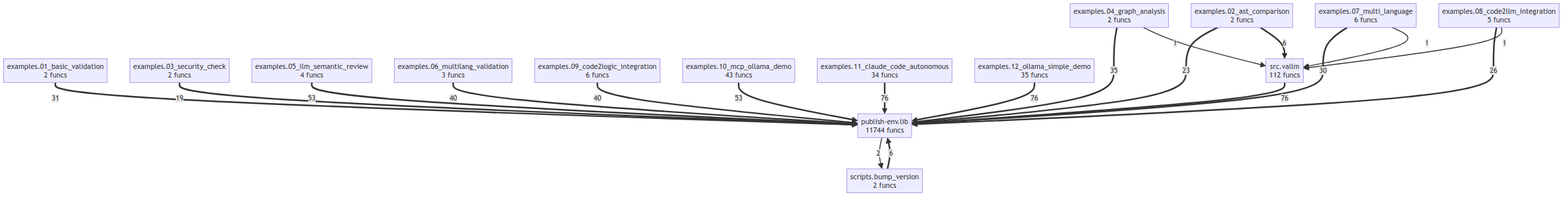
Earlier version of the Mermaid export project/compact_flow.png (semcod/vallm). Its source is kept beside it as project/compact_flow.mmd. Its diagram source:
```mermaid
flowchart TD
    examples_01_basic_validation["examples.01_basic_validation<br/>2 funcs"]
    examples_02_ast_comparison["examples.02_ast_comparison<br/>2 funcs"]
    examples_03_security_check["examples.03_security_check<br/>2 funcs"]
    examples_04_graph_analysis["examples.04_graph_analysis<br/>2 funcs"]
    examples_05_llm_semantic_review["examples.05_llm_semantic_review<br/>4 funcs"]
    examples_06_multilang_validation["examples.06_multilang_validation<br/>3 funcs"]
    examples_07_multi_language["examples.07_multi_language<br/>6 funcs"]
    examples_08_code2llm_integration["examples.08_code2llm_integration<br/>5 funcs"]
    examples_09_code2logic_integration["examples.09_code2logic_integration<br/>6 funcs"]
    examples_10_mcp_ollama_demo["examples.10_mcp_ollama_demo<br/>43 funcs"]
    examples_11_claude_code_autonomous["examples.11_claude_code_autonomous<br/>34 funcs"]
    examples_12_ollama_simple_demo["examples.12_ollama_simple_demo<br/>35 funcs"]
    publish_env_lib["publish-env.lib<br/>11744 funcs"]
    scripts_bump_version["scripts.bump_version<br/>2 funcs"]
    src_vallm["src.vallm<br/>112 funcs"]
    src_vallm ==>|76| publish_env_lib
    examples_12_ollama_simple_demo ==>|76| publish_env_lib
    examples_11_claude_code_autonomous ==>|76| publish_env_lib
    examples_05_llm_semantic_review ==>|53| publish_env_lib
    examples_10_mcp_ollama_demo ==>|53| publish_env_lib
    examples_09_code2logic_integration ==>|40| publish_env_lib
    examples_06_multilang_validation ==>|40| publish_env_lib
    examples_04_graph_analysis ==>|35| publish_env_lib
    examples_01_basic_validation ==>|31| publish_env_lib
    examples_07_multi_language ==>|30| publish_env_lib
    examples_08_code2llm_integration ==>|26| publish_env_lib
    examples_02_ast_comparison ==>|23| publish_env_lib
    examples_03_security_check ==>|19| publish_env_lib
    scripts_bump_version ==>|6| publish_env_lib
    examples_02_ast_comparison ==>|6| src_vallm
    publish_env_lib -->|2| scripts_bump_version
    examples_04_graph_analysis -->|1| src_vallm
    examples_07_multi_language -->|1| src_vallm
    examples_08_code2llm_integration -->|1| src_vallm
```
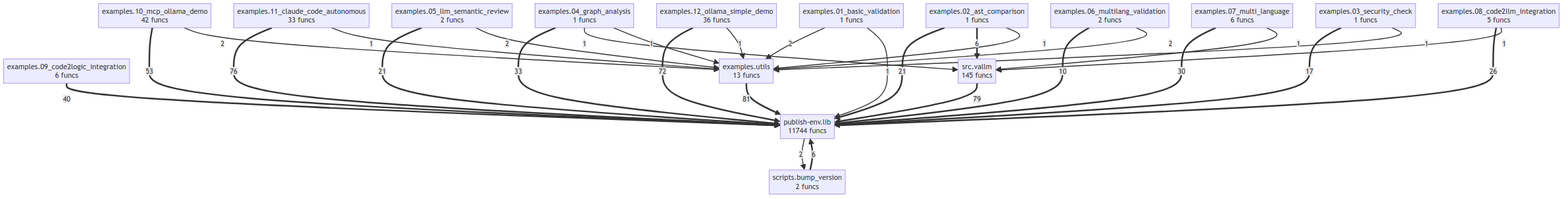
Later version of the same file.

Diff of the diagram source:
```diff
@@ -1,35 +1,46 @@
 flowchart TD
-    examples_01_basic_validation["examples.01_basic_validation<br/>2 funcs"]
-    examples_02_ast_comparison["examples.02_ast_comparison<br/>2 funcs"]
-    examples_03_security_check["examples.03_security_check<br/>2 funcs"]
-    examples_04_graph_analysis["examples.04_graph_analysis<br/>2 funcs"]
-    examples_05_llm_semantic_review["examples.05_llm_semantic_review<br/>4 funcs"]
-    examples_06_multilang_validation["examples.06_multilang_validation<br/>3 funcs"]
+    examples_01_basic_validation["examples.01_basic_validation<br/>1 funcs"]
+    examples_02_ast_comparison["examples.02_ast_comparison<br/>1 funcs"]
+    examples_03_security_check["examples.03_security_check<br/>1 funcs"]
+    examples_04_graph_analysis["examples.04_graph_analysis<br/>1 funcs"]
+    examples_05_llm_semantic_review["examples.05_llm_semantic_review<br/>2 funcs"]
+    examples_06_multilang_validation["examples.06_multilang_validation<br/>2 funcs"]
     examples_07_multi_language["examples.07_multi_language<br/>6 funcs"]
     examples_08_code2llm_integration["examples.08_code2llm_integration<br/>5 funcs"]
     examples_09_code2logic_integration["examples.09_code2logic_integration<br/>6 funcs"]
-    examples_10_mcp_ollama_demo["examples.10_mcp_ollama_demo<br/>43 funcs"]
-    examples_11_claude_code_autonomous["examples.11_claude_code_autonomous<br/>34 funcs"]
-    examples_12_ollama_simple_demo["examples.12_ollama_simple_demo<br/>35 funcs"]
+    examples_10_mcp_ollama_demo["examples.10_mcp_ollama_demo<br/>42 funcs"]
+    examples_11_claude_code_autonomous["examples.11_claude_code_autonomous<br/>33 funcs"]
+    examples_12_ollama_simple_demo["examples.12_ollama_simple_demo<br/>36 funcs"]
+    examples_utils["examples.utils<br/>13 funcs"]
     publish_env_lib["publish-env.lib<br/>11744 funcs"]
     scripts_bump_version["scripts.bump_version<br/>2 funcs"]
-    src_vallm["src.vallm<br/>112 funcs"]
-    src_vallm ==>|76| publish_env_lib
-    examples_12_ollama_simple_demo ==>|76| publish_env_lib
+    src_vallm["src.vallm<br/>145 funcs"]
+    examples_utils ==>|81| publish_env_lib
+    src_vallm ==>|79| publish_env_lib
     examples_11_claude_code_autonomous ==>|76| publish_env_lib
-    examples_05_llm_semantic_review ==>|53| publish_env_lib
+    examples_12_ollama_simple_demo ==>|72| publish_env_lib
     examples_10_mcp_ollama_demo ==>|53| publish_env_lib
     examples_09_code2logic_integration ==>|40| publish_env_lib
-    examples_06_multilang_validation ==>|40| publish_env_lib
-    examples_04_graph_analysis ==>|35| publish_env_lib
-    examples_01_basic_validation ==>|31| publish_env_lib
+    examples_04_graph_analysis ==>|33| publish_env_lib
     examples_07_multi_language ==>|30| publish_env_lib
     examples_08_code2llm_integration ==>|26| publish_env_lib
-    examples_02_ast_comparison ==>|23| publish_env_lib
-    examples_03_security_check ==>|19| publish_env_lib
+    examples_05_llm_semantic_review ==>|21| publish_env_lib
+    examples_02_ast_comparison ==>|21| publish_env_lib
+    examples_03_security_check ==>|17| publish_env_lib
+    examples_06_multilang_validation ==>|10| publish_env_lib
     scripts_bump_version ==>|6| publish_env_lib
     examples_02_ast_comparison ==>|6| src_vallm
     publish_env_lib -->|2| scripts_bump_version
+    examples_05_llm_semantic_review -->|2| examples_utils
+    examples_01_basic_validation -->|2| examples_utils
+    examples_06_multilang_validation -->|2| examples_utils
+    examples_10_mcp_ollama_demo -->|2| examples_utils
     examples_04_graph_analysis -->|1| src_vallm
+    examples_04_graph_analysis -->|1| examples_utils
+    examples_11_claude_code_autonomous -->|1| examples_utils
+    examples_12_ollama_simple_demo -->|1| examples_utils
+    examples_01_basic_validation -->|1| publish_env_lib
+    examples_02_ast_comparison -->|1| examples_utils
+    examples_03_security_check -->|1| examples_utils
     examples_07_multi_language -->|1| src_vallm
     examples_08_code2llm_integration -->|1| src_vallm
```
